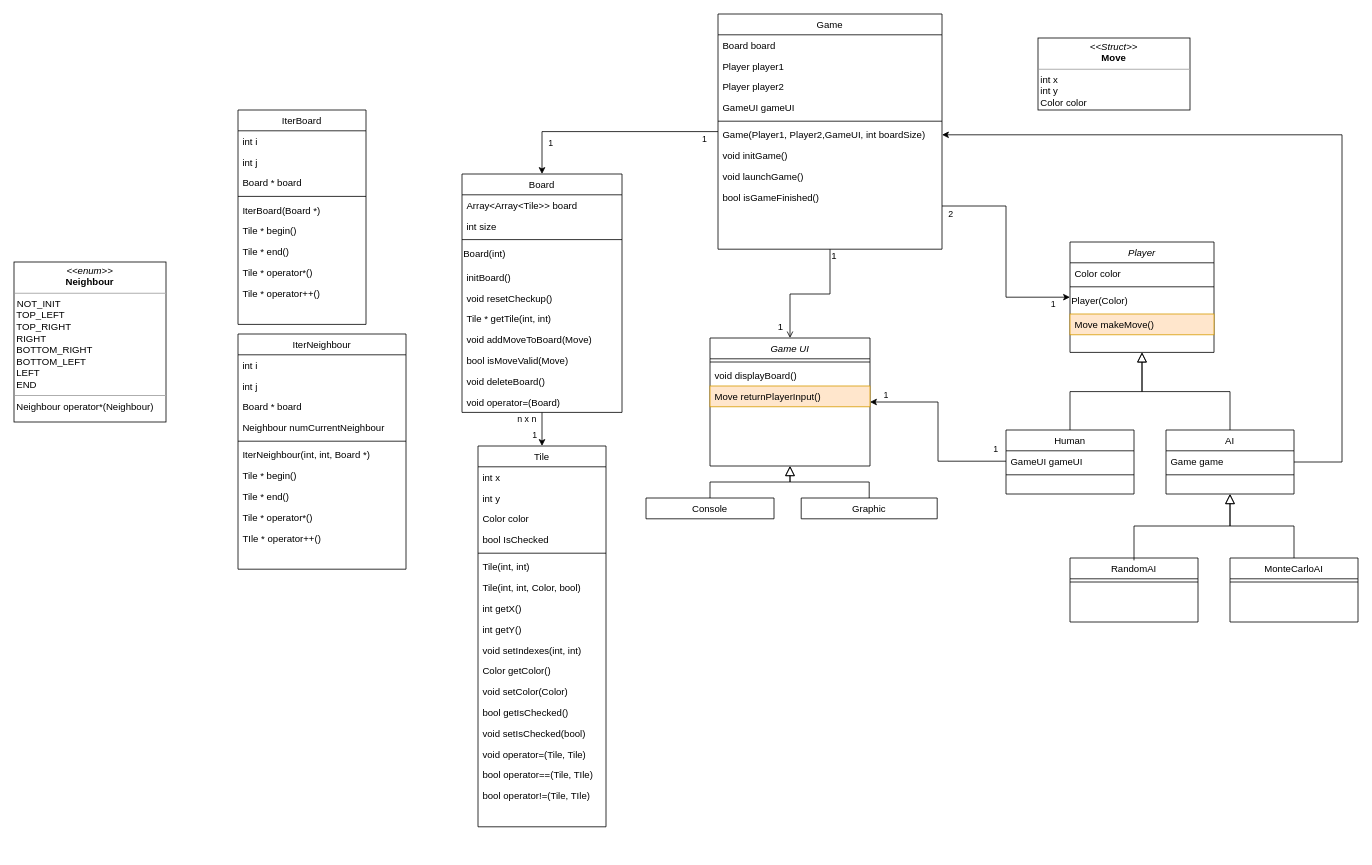
This is doc/UMLdiagram.drawio from leduqueadrien/Hex, a draw.io file, before an edit. Source tidied: cells renumbered, new cells numbered last; positions are measured from the earlier drawing's top-left corner, leaving out a move shared by most shapes. Both pictures are drawn from the tidied source at 80%, with x=0, y=0 at pixel (14, 14).
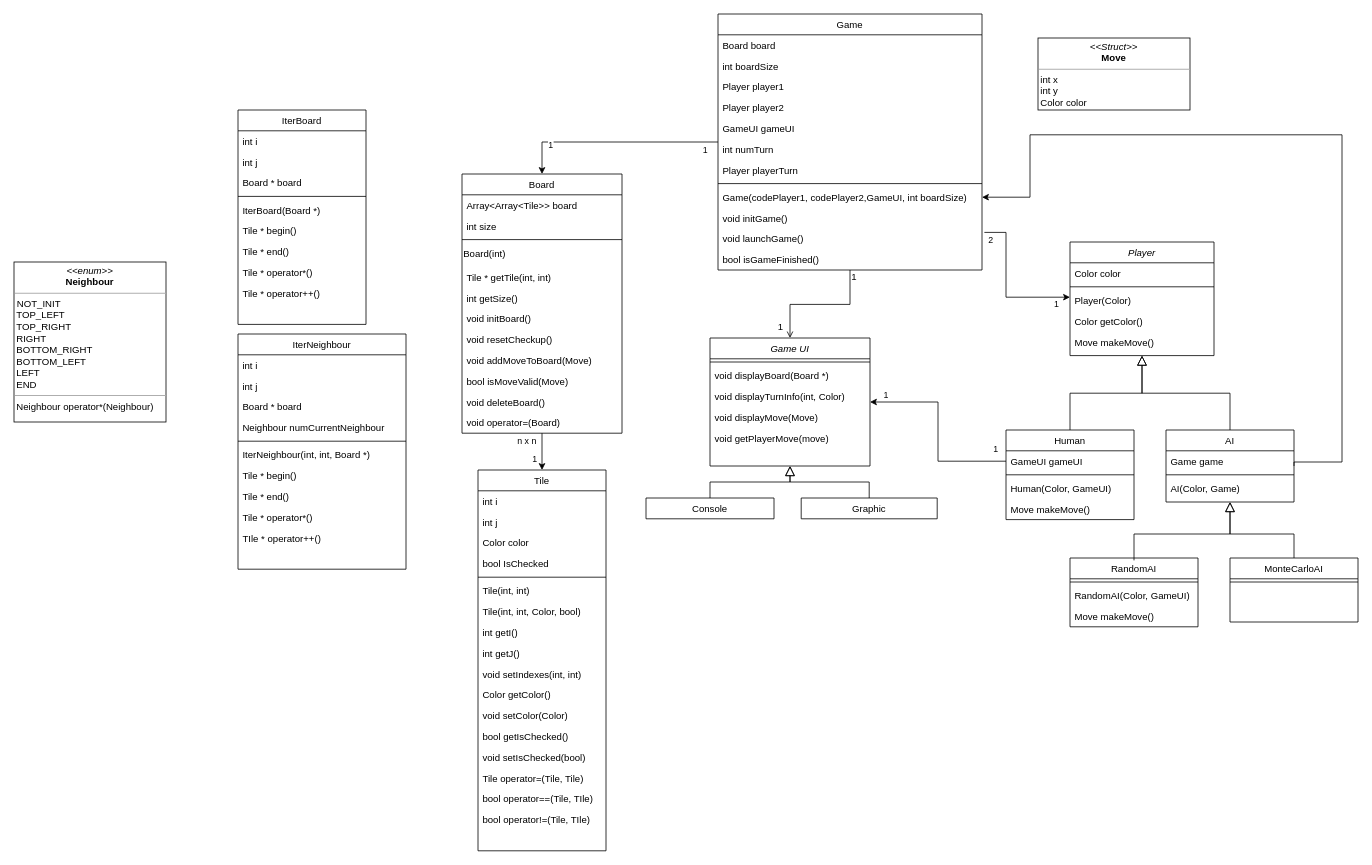
The same diagram, later.

The change refers to these unchanged cells:
```xml
<mxCell id="34" value="Game UI" style="swimlane;fontStyle=2;align=center;verticalAlign=top;horizontal=1;startSize=26;rounded=0;shadow=0;strokeWidth=1;" parent="1" vertex="1">
  <mxGeometry x="870" y="405" width="200" height="160" as="geometry" />
</mxCell>
<mxCell id="103" value="MonteCarloAI" style="swimlane;fontStyle=0;align=center;verticalAlign=top;horizontal=1;startSize=26;rounded=0;shadow=0;strokeWidth=1;" parent="1" vertex="1">
  <mxGeometry x="1520" y="680" width="160" height="80" as="geometry" />
</mxCell>
```

Change to the diagram source:
```diff
@@
     <mxCell id="5" value="Player" style="swimlane;fontStyle=2;align=center;verticalAlign=top;horizontal=1;startSize=26;rounded=0;shadow=0;strokeWidth=1;" parent="1" vertex="1">
-      <mxGeometry x="1320" y="285" width="180" height="138" as="geometry" />
+      <mxGeometry x="1320" y="285" width="180" height="142" as="geometry" />
     </mxCell>
@@
-    <mxCell id="8" value="Player(Color)" style="text;whiteSpace=wrap;html=1;" parent="5" vertex="1">
-      <mxGeometry y="60" width="180" height="30" as="geometry" />
+    <mxCell id="8" value="Player(Color)" style="text;align=left;verticalAlign=top;spacingLeft=4;spacingRight=4;overflow=hidden;" parent="5" vertex="1">
+      <mxGeometry y="60" width="180" height="26" as="geometry" />
     </mxCell>
+    <mxCell id="107" value="Color getColor()" style="text;align=left;verticalAlign=top;spacingLeft=4;spacingRight=4;overflow=hidden;" parent="5" vertex="1">
+      <mxGeometry y="86" width="180" height="26" as="geometry" />
+    </mxCell>
-    <mxCell id="9" value="Move makeMove()" style="text;align=left;verticalAlign=top;spacingLeft=4;spacingRight=4;overflow=hidden;fillColor=#ffe6cc;strokeColor=#d79b00;" parent="5" vertex="1">
-      <mxGeometry y="90" width="180" height="26" as="geometry" />
+    <mxCell id="9" value="Move makeMove()" style="text;align=left;verticalAlign=top;spacingLeft=4;spacingRight=4;overflow=hidden;" parent="5" vertex="1">
+      <mxGeometry y="112" width="180" height="26" as="geometry" />
     </mxCell>
     <mxCell id="10" value="Human" style="swimlane;fontStyle=0;align=center;verticalAlign=top;horizontal=1;startSize=26;rounded=0;shadow=0;strokeWidth=1;" parent="1" vertex="1">
-      <mxGeometry x="1240" y="520" width="160" height="80" as="geometry" />
+      <mxGeometry x="1240" y="520" width="160" height="112" as="geometry" />
     </mxCell>
@@
+    <mxCell id="108" value="Human(Color, GameUI)" style="text;align=left;verticalAlign=top;spacingLeft=4;spacingRight=4;overflow=hidden;" parent="10" vertex="1">
+      <mxGeometry y="60" width="160" height="26" as="geometry" />
+    </mxCell>
+    <mxCell id="109" value="Move makeMove()" style="text;align=left;verticalAlign=top;spacingLeft=4;spacingRight=4;overflow=hidden;" parent="10" vertex="1">
+      <mxGeometry y="86" width="160" height="26" as="geometry" />
+    </mxCell>
@@
     <mxCell id="14" style="edgeStyle=orthogonalEdgeStyle;rounded=0;jettySize=auto;html=1;exitX=1;exitY=0.5;exitDx=0;exitDy=0;entryX=1;entryY=0.5;entryDx=0;entryDy=0;strokeColor=#000000;" parent="1" edge="1" source="15" target="25">
       <mxGeometry relative="1" as="geometry">
         <Array as="points">
           <mxPoint x="1660" y="560" />
           <mxPoint x="1660" y="151" />
+          <mxPoint x="1270" y="151" />
+          <mxPoint x="1270" y="229" />
         </Array>
       </mxGeometry>
     </mxCell>
     <mxCell id="15" value="AI" style="swimlane;fontStyle=0;align=center;verticalAlign=top;horizontal=1;startSize=26;rounded=0;shadow=0;strokeWidth=1;" parent="1" vertex="1">
-      <mxGeometry x="1440" y="520" width="160" height="80" as="geometry" />
+      <mxGeometry x="1440" y="520" width="160" height="90" as="geometry" />
     </mxCell>
@@
+    <mxCell id="110" value="AI(Color, Game)" style="text;align=left;verticalAlign=top;spacingLeft=4;spacingRight=4;overflow=hidden;" parent="15" vertex="1">
+      <mxGeometry y="60" width="160" height="30" as="geometry" />
+    </mxCell>
@@
     <mxCell id="19" value="Game" style="swimlane;fontStyle=0;align=center;verticalAlign=top;horizontal=1;startSize=26;rounded=0;shadow=0;strokeWidth=1;" parent="1" vertex="1">
-      <mxGeometry x="880" width="280" height="294" as="geometry" />
+      <mxGeometry x="880" width="330" height="320" as="geometry" />
     </mxCell>
     <mxCell id="20" value="Board board" style="text;align=left;verticalAlign=top;spacingLeft=4;spacingRight=4;overflow=hidden;" parent="19" vertex="1">
-      <mxGeometry y="26" width="280" height="26" as="geometry" />
+      <mxGeometry y="26" width="330" height="26" as="geometry" />
     </mxCell>
+    <mxCell id="111" value="int boardSize" style="text;align=left;verticalAlign=top;spacingLeft=4;spacingRight=4;overflow=hidden;" parent="19" vertex="1">
+      <mxGeometry y="52" width="330" height="26" as="geometry" />
+    </mxCell>
     <mxCell id="21" value="Player player1" style="text;align=left;verticalAlign=top;spacingLeft=4;spacingRight=4;overflow=hidden;" parent="19" vertex="1">
-      <mxGeometry y="52" width="280" height="26" as="geometry" />
+      <mxGeometry y="78" width="330" height="26" as="geometry" />
     </mxCell>
     <mxCell id="22" value="Player player2" style="text;align=left;verticalAlign=top;spacingLeft=4;spacingRight=4;overflow=hidden;" parent="19" vertex="1">
-      <mxGeometry y="78" width="280" height="26" as="geometry" />
+      <mxGeometry y="104" width="330" height="26" as="geometry" />
     </mxCell>
     <mxCell id="23" value="GameUI gameUI" style="text;align=left;verticalAlign=top;spacingLeft=4;spacingRight=4;overflow=hidden;" parent="19" vertex="1">
-      <mxGeometry y="104" width="280" height="26" as="geometry" />
+      <mxGeometry y="130" width="330" height="26" as="geometry" />
     </mxCell>
+    <mxCell id="112" value="int numTurn" style="text;align=left;verticalAlign=top;spacingLeft=4;spacingRight=4;overflow=hidden;" parent="19" vertex="1">
+      <mxGeometry y="156" width="330" height="26" as="geometry" />
+    </mxCell>
+    <mxCell id="113" value="Player playerTurn" style="text;align=left;verticalAlign=top;spacingLeft=4;spacingRight=4;overflow=hidden;" parent="19" vertex="1">
+      <mxGeometry y="182" width="330" height="26" as="geometry" />
+    </mxCell>
     <mxCell id="24" style="line;html=1;strokeWidth=1;align=left;verticalAlign=middle;spacingTop=-1;spacingLeft=3;spacingRight=3;labelPosition=right;" parent="19" vertex="1">
-      <mxGeometry y="130" width="280" height="8" as="geometry" />
+      <mxGeometry y="208" width="330" height="8" as="geometry" />
     </mxCell>
-    <mxCell id="25" value="Game(Player1, Player2,GameUI, int boardSize)" style="text;align=left;verticalAlign=top;spacingLeft=4;spacingRight=4;overflow=hidden;points=[[0,0.5],[1,0.5]];portConstraint=eastwest;" parent="19" vertex="1">
-      <mxGeometry y="138" width="280" height="26" as="geometry" />
+    <mxCell id="25" value="Game(codePlayer1, codePlayer2,GameUI, int boardSize)" style="text;align=left;verticalAlign=top;spacingLeft=4;spacingRight=4;overflow=hidden;points=[[0,0.5],[1,0.5]];portConstraint=eastwest;" parent="19" vertex="1">
+      <mxGeometry y="216" width="330" height="26" as="geometry" />
     </mxCell>
     <mxCell id="26" value="void initGame()" style="text;align=left;verticalAlign=top;spacingLeft=4;spacingRight=4;overflow=hidden;" parent="19" vertex="1">
-      <mxGeometry y="164" width="280" height="26" as="geometry" />
+      <mxGeometry y="242" width="330" height="26" as="geometry" />
     </mxCell>
     <mxCell id="27" value="void launchGame()" style="text;align=left;verticalAlign=top;spacingLeft=4;spacingRight=4;overflow=hidden;points=[[0,0.5],[1,0.5]];portConstraint=eastwest;" parent="19" vertex="1">
-      <mxGeometry y="190" width="280" height="26" as="geometry" />
+      <mxGeometry y="268" width="330" height="26" as="geometry" />
     </mxCell>
     <mxCell id="28" value="bool isGameFinished()" style="text;align=left;verticalAlign=top;spacingLeft=4;spacingRight=4;overflow=hidden;" parent="19" vertex="1">
-      <mxGeometry y="216" width="280" height="26" as="geometry" />
+      <mxGeometry y="294" width="330" height="26" as="geometry" />
     </mxCell>
@@
-    <mxCell id="32" value="2" style="edgeStyle=orthogonalEdgeStyle;rounded=0;jettySize=auto;html=1;" parent="1" edge="1" target="5">
+    <mxCell id="32" value="2" style="edgeStyle=orthogonalEdgeStyle;rounded=0;jettySize=auto;html=1;exitX=1.009;exitY=0.192;exitDx=0;exitDy=0;exitPerimeter=0;" parent="1" edge="1" source="27" target="5">
       <mxGeometry x="-0.92" y="-10" relative="1" as="geometry">
-        <mxPoint x="1160" y="240" as="sourcePoint" />
         <Array as="points">
-          <mxPoint x="1240" y="240" />
+          <mxPoint x="1240" y="273" />
           <mxPoint x="1240" y="354" />
         </Array>
       </mxGeometry>
     </mxCell>
@@
-    <mxCell id="36" value="void displayBoard()" style="text;align=left;verticalAlign=top;spacingLeft=4;spacingRight=4;overflow=hidden;" parent="34" vertex="1">
+    <mxCell id="36" value="void displayBoard(Board *)" style="text;align=left;verticalAlign=top;spacingLeft=4;spacingRight=4;overflow=hidden;" parent="34" vertex="1">
       <mxGeometry y="34" width="200" height="26" as="geometry" />
     </mxCell>
-    <mxCell id="37" value="Move returnPlayerInput()" style="text;align=left;verticalAlign=top;spacingLeft=4;spacingRight=4;overflow=hidden;fillColor=#ffe6cc;strokeColor=#d79b00;" parent="34" vertex="1">
+    <mxCell id="37" value="void displayTurnInfo(int, Color)" style="text;align=left;verticalAlign=top;spacingLeft=4;spacingRight=4;overflow=hidden;" parent="34" vertex="1">
       <mxGeometry y="60" width="200" height="26" as="geometry" />
     </mxCell>
+    <mxCell id="114" value="void displayMove(Move)" style="text;align=left;verticalAlign=top;spacingLeft=4;spacingRight=4;overflow=hidden;" parent="34" vertex="1">
+      <mxGeometry y="86" width="200" height="26" as="geometry" />
+    </mxCell>
+    <mxCell id="115" value="void getPlayerMove(move)" style="text;align=left;verticalAlign=top;spacingLeft=4;spacingRight=4;overflow=hidden;" parent="34" vertex="1">
+      <mxGeometry y="112" width="200" height="26" as="geometry" />
+    </mxCell>
@@
     <mxCell id="45" value="Board" style="swimlane;fontStyle=0;align=center;verticalAlign=top;horizontal=1;startSize=26;rounded=0;shadow=0;strokeWidth=1;" parent="1" vertex="1">
-      <mxGeometry x="560" y="200" width="200" height="298" as="geometry" />
+      <mxGeometry x="560" y="200" width="200" height="324" as="geometry" />
     </mxCell>
@@
+    <mxCell id="52" value="Tile * getTile(int, int)" style="text;align=left;verticalAlign=top;spacingLeft=4;spacingRight=4;overflow=hidden;" parent="45" vertex="1">
+      <mxGeometry y="116" width="200" height="26" as="geometry" />
+    </mxCell>
+    <mxCell id="116" value="int getSize()" style="text;align=left;verticalAlign=top;spacingLeft=4;spacingRight=4;overflow=hidden;" parent="45" vertex="1">
+      <mxGeometry y="142" width="200" height="26" as="geometry" />
+    </mxCell>
-    <mxCell id="50" value="initBoard()" style="text;align=left;verticalAlign=top;spacingLeft=4;spacingRight=4;overflow=hidden;" parent="45" vertex="1">
-      <mxGeometry y="116" width="200" height="26" as="geometry" />
+    <mxCell id="50" value="void initBoard()" style="text;align=left;verticalAlign=top;spacingLeft=4;spacingRight=4;overflow=hidden;" parent="45" vertex="1">
+      <mxGeometry y="168" width="200" height="26" as="geometry" />
     </mxCell>
     <mxCell id="51" value="void resetCheckup()" style="text;align=left;verticalAlign=top;spacingLeft=4;spacingRight=4;overflow=hidden;" parent="45" vertex="1">
-      <mxGeometry y="142" width="200" height="26" as="geometry" />
+      <mxGeometry y="194" width="200" height="26" as="geometry" />
     </mxCell>
-    <mxCell id="52" value="Tile * getTile(int, int)" style="text;align=left;verticalAlign=top;spacingLeft=4;spacingRight=4;overflow=hidden;" parent="45" vertex="1">
-      <mxGeometry y="168" width="200" height="26" as="geometry" />
-    </mxCell>
     <mxCell id="53" value="void addMoveToBoard(Move)" style="text;align=left;verticalAlign=top;spacingLeft=4;spacingRight=4;overflow=hidden;" parent="45" vertex="1">
-      <mxGeometry y="194" width="200" height="26" as="geometry" />
+      <mxGeometry y="220" width="200" height="26" as="geometry" />
     </mxCell>
     <mxCell id="54" value="bool isMoveValid(Move)" style="text;align=left;verticalAlign=top;spacingLeft=4;spacingRight=4;overflow=hidden;" parent="45" vertex="1">
-      <mxGeometry y="220" width="200" height="26" as="geometry" />
+      <mxGeometry y="246" width="200" height="26" as="geometry" />
     </mxCell>
     <mxCell id="55" value="void deleteBoard()" style="text;align=left;verticalAlign=top;spacingLeft=4;spacingRight=4;overflow=hidden;" parent="45" vertex="1">
-      <mxGeometry y="246" width="200" height="26" as="geometry" />
+      <mxGeometry y="272" width="200" height="26" as="geometry" />
     </mxCell>
     <mxCell id="56" value="void operator=(Board)" style="text;align=left;verticalAlign=top;spacingLeft=4;spacingRight=4;overflow=hidden;" parent="45" vertex="1">
-      <mxGeometry y="272" width="200" height="26" as="geometry" />
+      <mxGeometry y="298" width="200" height="26" as="geometry" />
     </mxCell>
@@
     <mxCell id="60" value="Tile" style="swimlane;fontStyle=0;align=center;verticalAlign=top;horizontal=1;startSize=26;rounded=0;shadow=0;strokeWidth=1;rotation=0;" parent="1" vertex="1">
-      <mxGeometry x="580" y="540" width="160" height="476" as="geometry" />
+      <mxGeometry x="580" y="570" width="160" height="476" as="geometry" />
     </mxCell>
-    <mxCell id="61" value="int x" style="text;align=left;verticalAlign=top;spacingLeft=4;spacingRight=4;overflow=hidden;rotation=0;" parent="60" vertex="1">
+    <mxCell id="61" value="int i" style="text;align=left;verticalAlign=top;spacingLeft=4;spacingRight=4;overflow=hidden;rotation=0;" parent="60" vertex="1">
       <mxGeometry y="26" width="160" height="26" as="geometry" />
     </mxCell>
-    <mxCell id="62" value="int y" style="text;align=left;verticalAlign=top;spacingLeft=4;spacingRight=4;overflow=hidden;rotation=0;" parent="60" vertex="1">
+    <mxCell id="62" value="int j" style="text;align=left;verticalAlign=top;spacingLeft=4;spacingRight=4;overflow=hidden;rotation=0;" parent="60" vertex="1">
       <mxGeometry y="52" width="160" height="26" as="geometry" />
     </mxCell>
@@
-    <mxCell id="68" value="int getX()" style="text;align=left;verticalAlign=top;spacingLeft=4;spacingRight=4;overflow=hidden;rotation=0;" parent="60" vertex="1">
+    <mxCell id="68" value="int getI()" style="text;align=left;verticalAlign=top;spacingLeft=4;spacingRight=4;overflow=hidden;rotation=0;" parent="60" vertex="1">
       <mxGeometry y="190" width="160" height="26" as="geometry" />
     </mxCell>
-    <mxCell id="69" value="int getY()" style="text;align=left;verticalAlign=top;spacingLeft=4;spacingRight=4;overflow=hidden;rotation=0;" parent="60" vertex="1">
+    <mxCell id="69" value="int getJ()" style="text;align=left;verticalAlign=top;spacingLeft=4;spacingRight=4;overflow=hidden;rotation=0;" parent="60" vertex="1">
       <mxGeometry y="216" width="160" height="26" as="geometry" />
     </mxCell>
@@
-    <mxCell id="75" value="void operator=(Tile, Tile)" style="text;align=left;verticalAlign=top;spacingLeft=4;spacingRight=4;overflow=hidden;rotation=0;" parent="60" vertex="1">
+    <mxCell id="75" value="Tile operator=(Tile, Tile)" style="text;align=left;verticalAlign=top;spacingLeft=4;spacingRight=4;overflow=hidden;rotation=0;" parent="60" vertex="1">
       <mxGeometry y="372" width="160" height="26" as="geometry" />
     </mxCell>
@@
     <mxCell id="101" value="RandomAI" style="swimlane;fontStyle=0;align=center;verticalAlign=top;horizontal=1;startSize=26;rounded=0;shadow=0;strokeWidth=1;" parent="1" vertex="1">
-      <mxGeometry x="1320" y="680" width="160" height="80" as="geometry" />
+      <mxGeometry x="1320" y="680" width="160" height="86" as="geometry" />
     </mxCell>
@@
+    <mxCell id="117" value="RandomAI(Color, GameUI)" style="text;align=left;verticalAlign=top;spacingLeft=4;spacingRight=4;overflow=hidden;" parent="101" vertex="1">
+      <mxGeometry y="34" width="160" height="26" as="geometry" />
+    </mxCell>
+    <mxCell id="118" value="Move makeMove()" style="text;align=left;verticalAlign=top;spacingLeft=4;spacingRight=4;overflow=hidden;" parent="101" vertex="1">
+      <mxGeometry y="60" width="160" height="26" as="geometry" />
+    </mxCell>
@@
     <mxCell id="105" style="endArrow=block;endSize=10;endFill=0;shadow=0;strokeWidth=1;rounded=0;edgeStyle=elbowEdgeStyle;elbow=vertical;exitX=0.5;exitY=0;exitDx=0;exitDy=0;entryX=0.5;entryY=1;entryDx=0;entryDy=0;" parent="1" edge="1" source="103" target="15">
-      <mxGeometry relative="1" as="geometry" />
+      <mxGeometry relative="1" as="geometry">
+        <Array as="points">
+          <mxPoint x="1560" y="650" />
+        </Array>
+      </mxGeometry>
     </mxCell>
-    <mxCell id="106" style="endArrow=block;endSize=10;endFill=0;shadow=0;strokeWidth=1;rounded=0;edgeStyle=elbowEdgeStyle;elbow=vertical;exitX=0.5;exitY=0;exitDx=0;exitDy=0;" parent="1" edge="1">
+    <mxCell id="106" style="endArrow=block;endSize=10;endFill=0;shadow=0;strokeWidth=1;rounded=0;edgeStyle=elbowEdgeStyle;elbow=vertical;exitX=0.5;exitY=0;exitDx=0;exitDy=0;entryX=0.5;entryY=1;entryDx=0;entryDy=0;" parent="1" edge="1" target="15">
       <mxGeometry relative="1" as="geometry">
         <mxPoint x="1400" y="683" as="sourcePoint" />
-        <mxPoint x="1520" y="600" as="targetPoint" />
         <Array as="points">
-          <mxPoint x="1460" y="640" />
+          <mxPoint x="1460" y="650" />
         </Array>
       </mxGeometry>
     </mxCell>
```
